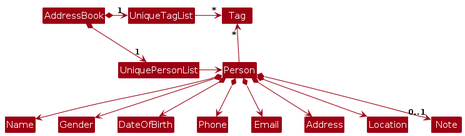
The PlantUML diagram diagrams/BetterModelClassDiagram.png in prickloll/tp, before a commit. Its source is kept beside it as diagrams/BetterModelClassDiagram.puml.
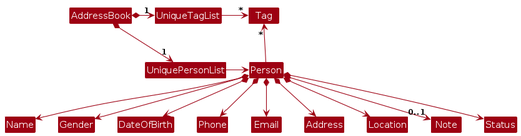
The same diagram one commit later.

What changed in the source:
```diff
@@ -22,4 +22,5 @@
 Person *--> Address
 Person *--> Location
 Person *--> "0..1" Note
+Person *--> Status
 @enduml
```
